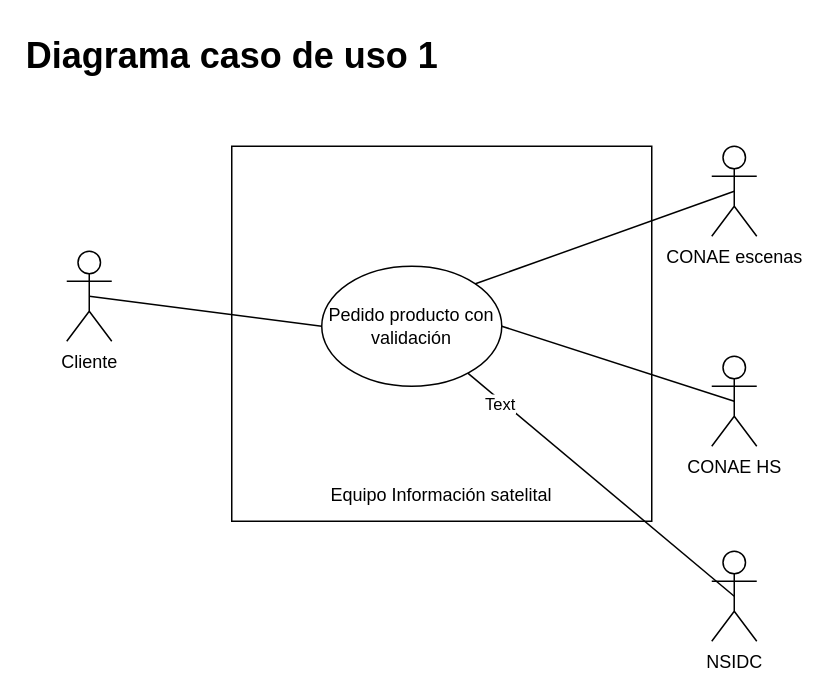
This is page "Page-3" (3 of 4) of Drawio/Untitled Diagram.drawio from gvdiaz/Diagramas_simil_Visio, a draw.io file, before an edit. Source tidied: cells renumbered, new cells numbered last; positions are measured from the earlier drawing's top-left corner, leaving out a move shared by most shapes. Both pictures are drawn from the tidied source at 150%, with x=0, y=0 at pixel (66, 26).
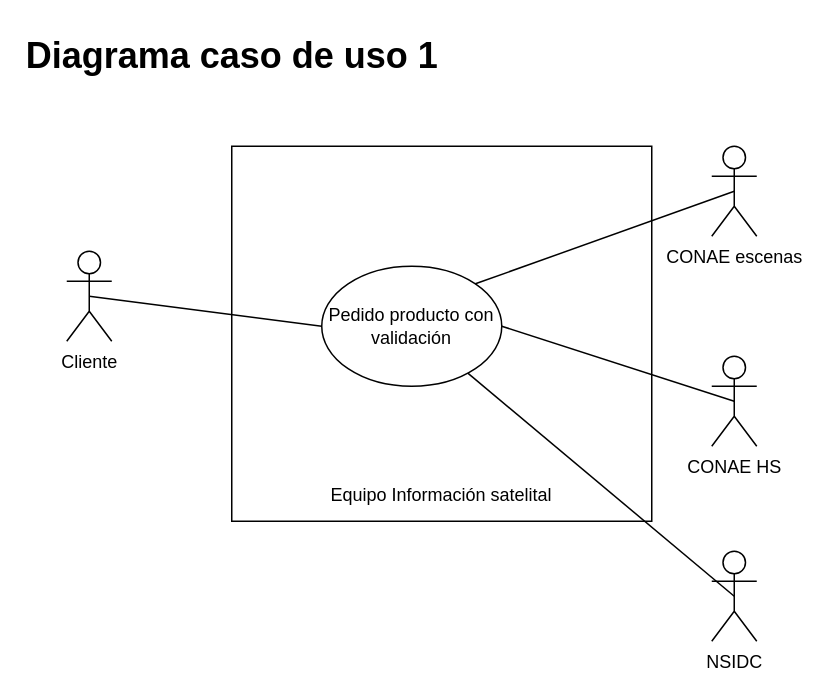
The same page after the edit.

What changed in the source:
```diff
@@
 <mxGraphModel>
   <root>
     <mxCell id="0" />
     <mxCell id="1" parent="0" />
     <mxCell id="2" value="Cliente" style="shape=umlActor;verticalLabelPosition=bottom;verticalAlign=top;html=1;outlineConnect=0;" parent="1" vertex="1">
       <mxGeometry y="150" width="30" height="60" as="geometry" />
     </mxCell>
     <mxCell id="3" value="CONAE escenas" style="shape=umlActor;verticalLabelPosition=bottom;verticalAlign=top;html=1;outlineConnect=0;" parent="1" vertex="1">
       <mxGeometry x="430" y="80" width="30" height="60" as="geometry" />
     </mxCell>
     <mxCell id="4" value="CONAE HS" style="shape=umlActor;verticalLabelPosition=bottom;verticalAlign=top;html=1;outlineConnect=0;" parent="1" vertex="1">
       <mxGeometry x="430" y="220" width="30" height="60" as="geometry" />
     </mxCell>
     <mxCell id="5" value="NSIDC" style="shape=umlActor;verticalLabelPosition=bottom;verticalAlign=top;html=1;outlineConnect=0;" parent="1" vertex="1">
       <mxGeometry x="430" y="350" width="30" height="60" as="geometry" />
     </mxCell>
     <mxCell id="6" value="&lt;div align=&quot;right&quot;&gt;&lt;br&gt;&lt;/div&gt;&lt;div align=&quot;right&quot;&gt;&lt;br&gt;&lt;/div&gt;&lt;div align=&quot;right&quot;&gt;&lt;br&gt;&lt;/div&gt;&lt;div align=&quot;right&quot;&gt;&lt;br&gt;&lt;/div&gt;&lt;div align=&quot;right&quot;&gt;&lt;br&gt;&lt;/div&gt;&lt;div align=&quot;right&quot;&gt;&lt;br&gt;&lt;/div&gt;&lt;div align=&quot;right&quot;&gt;&lt;br&gt;&lt;/div&gt;&lt;div align=&quot;right&quot;&gt;&lt;br&gt;&lt;/div&gt;&lt;div align=&quot;right&quot;&gt;&lt;br&gt;&lt;/div&gt;&lt;div align=&quot;right&quot;&gt;&lt;br&gt;&lt;/div&gt;&lt;div align=&quot;right&quot;&gt;&lt;br&gt;&lt;/div&gt;&lt;div align=&quot;right&quot;&gt;&lt;br&gt;&lt;/div&gt;&lt;div align=&quot;right&quot;&gt;&lt;br&gt;&lt;/div&gt;&lt;div align=&quot;right&quot;&gt;&lt;br&gt;&lt;/div&gt;&lt;div align=&quot;right&quot;&gt;&lt;br&gt;&lt;/div&gt;&lt;div align=&quot;right&quot;&gt;Equipo Información satelital&lt;br&gt;&lt;/div&gt;" style="rounded=0;whiteSpace=wrap;html=1;" parent="1" vertex="1">
       <mxGeometry x="110" y="80" width="280" height="250" as="geometry" />
     </mxCell>
     <mxCell id="7" value="Pedido producto con validación" style="ellipse;whiteSpace=wrap;html=1;" parent="1" vertex="1">
       <mxGeometry x="170" y="160" width="120" height="80" as="geometry" />
     </mxCell>
     <mxCell id="8" style="endArrow=none;html=1;exitX=0.5;exitY=0.5;exitDx=0;exitDy=0;exitPerimeter=0;entryX=0;entryY=0.5;entryDx=0;entryDy=0;" parent="1" edge="1" source="2" target="7">
       <mxGeometry relative="1" as="geometry" />
     </mxCell>
     <mxCell id="9" style="endArrow=none;html=1;entryX=0.5;entryY=0.5;entryDx=0;entryDy=0;entryPerimeter=0;" parent="1" edge="1" source="7" target="5">
       <mxGeometry relative="1" as="geometry" />
     </mxCell>
-    <mxCell id="10" value="Text" style="edgeLabel;html=1;align=center;verticalAlign=middle;" parent="9" vertex="1">
-      <mxGeometry x="-0.75" y="-2" relative="1" as="geometry" />
-    </mxCell>
     <mxCell id="11" style="endArrow=none;html=1;entryX=0.5;entryY=0.5;entryDx=0;entryDy=0;entryPerimeter=0;exitX=1;exitY=0.5;exitDx=0;exitDy=0;" parent="1" edge="1" source="7" target="4">
       <mxGeometry relative="1" as="geometry" />
     </mxCell>
     <mxCell id="12" style="endArrow=none;html=1;entryX=0.5;entryY=0.5;entryDx=0;entryDy=0;entryPerimeter=0;exitX=1;exitY=0;exitDx=0;exitDy=0;" parent="1" edge="1" source="7" target="3">
       <mxGeometry relative="1" as="geometry" />
     </mxCell>
     <mxCell id="13" value="Diagrama caso de uso 1" style="text;strokeColor=none;fillColor=none;html=1;fontSize=24;fontStyle=1;verticalAlign=middle;align=center;" parent="1" vertex="1">
       <mxGeometry x="60" width="100" height="40" as="geometry" />
     </mxCell>
   </root>
 </mxGraphModel>
```
